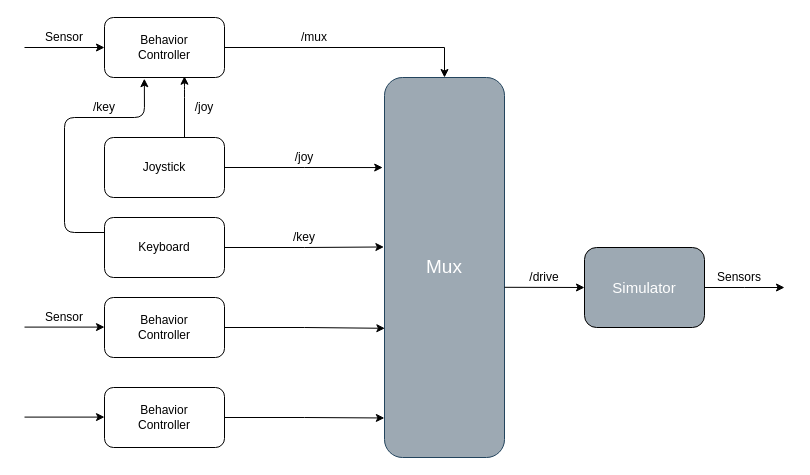
Before: SimplifiedgraphofROSnodes.drawio in Dieptranivsr/f1tenth_labsdtt, a draw.io diagram. Source tidied: cells renumbered, new cells numbered last; positions are measured from the earlier drawing's top-left corner, leaving out a move shared by most shapes. Both pictures are drawn from the tidied source at 100%, with x=0, y=0 at pixel (24, 17).
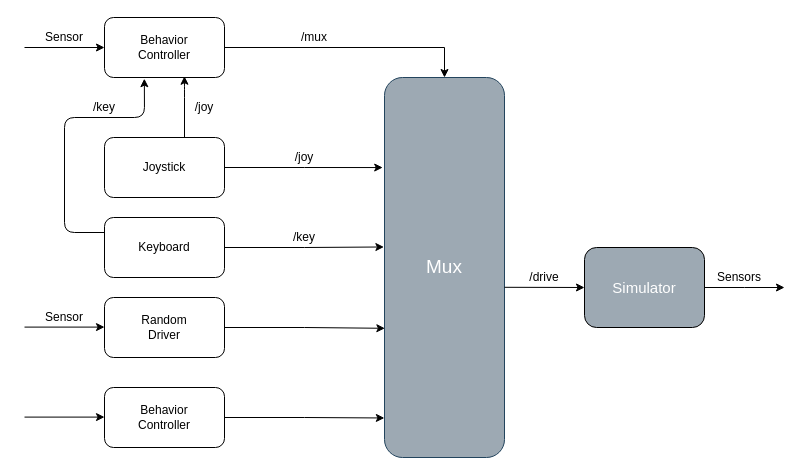
Above is the later version.

The edit, as a diff of the source:
```diff
@@
-    <mxCell id="9" value="Behavior&lt;br&gt;Controller" style="rounded=1;whiteSpace=wrap;html=1;" parent="1" vertex="1">
+    <mxCell id="9" value="Random&lt;br&gt;Driver" style="rounded=1;whiteSpace=wrap;html=1;" parent="1" vertex="1">
       <mxGeometry x="80" y="280" width="120" height="60" as="geometry" />
     </mxCell>
```
